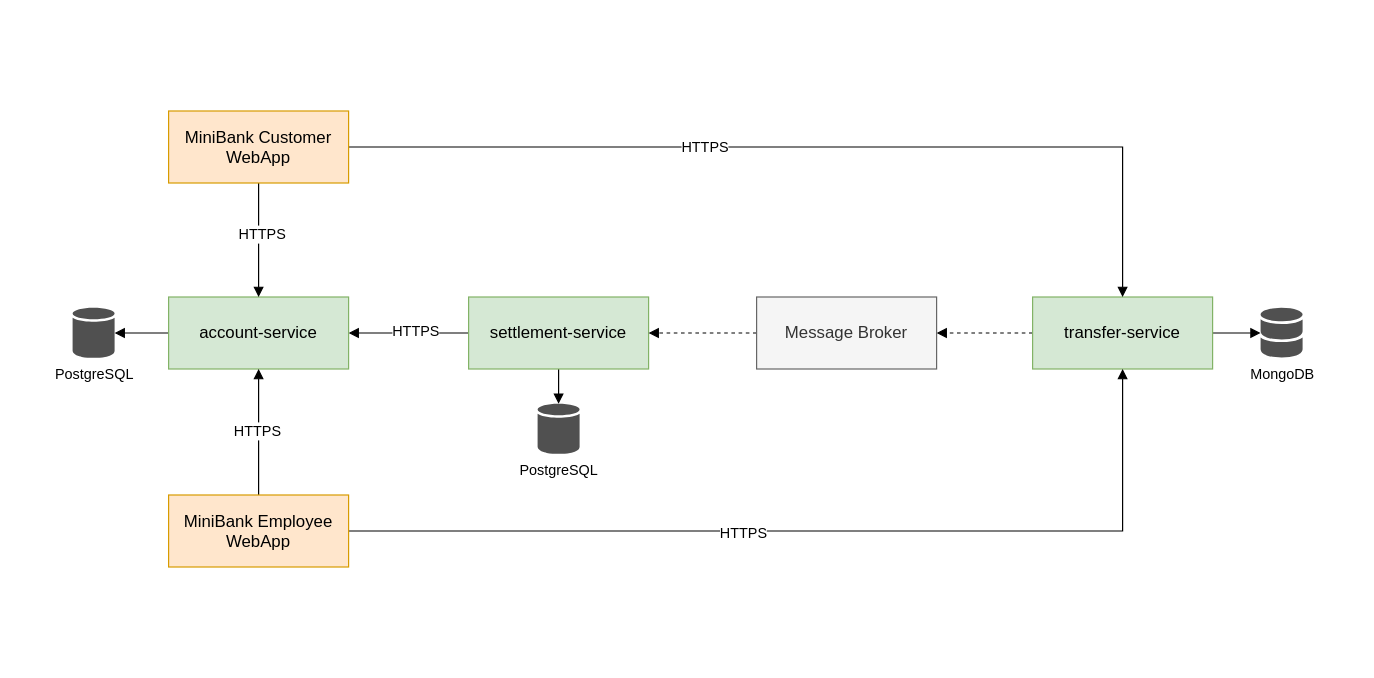
This is docs/Architecture Diagram.drawio from phillippimenta/minibank-microservices, a draw.io file, before an edit. Source tidied: cells renumbered, new cells numbered last; positions are measured from the earlier drawing's top-left corner, leaving out a move shared by most shapes. Both pictures are drawn from the tidied source at 120%, with x=0, y=0 at pixel (72, 110).
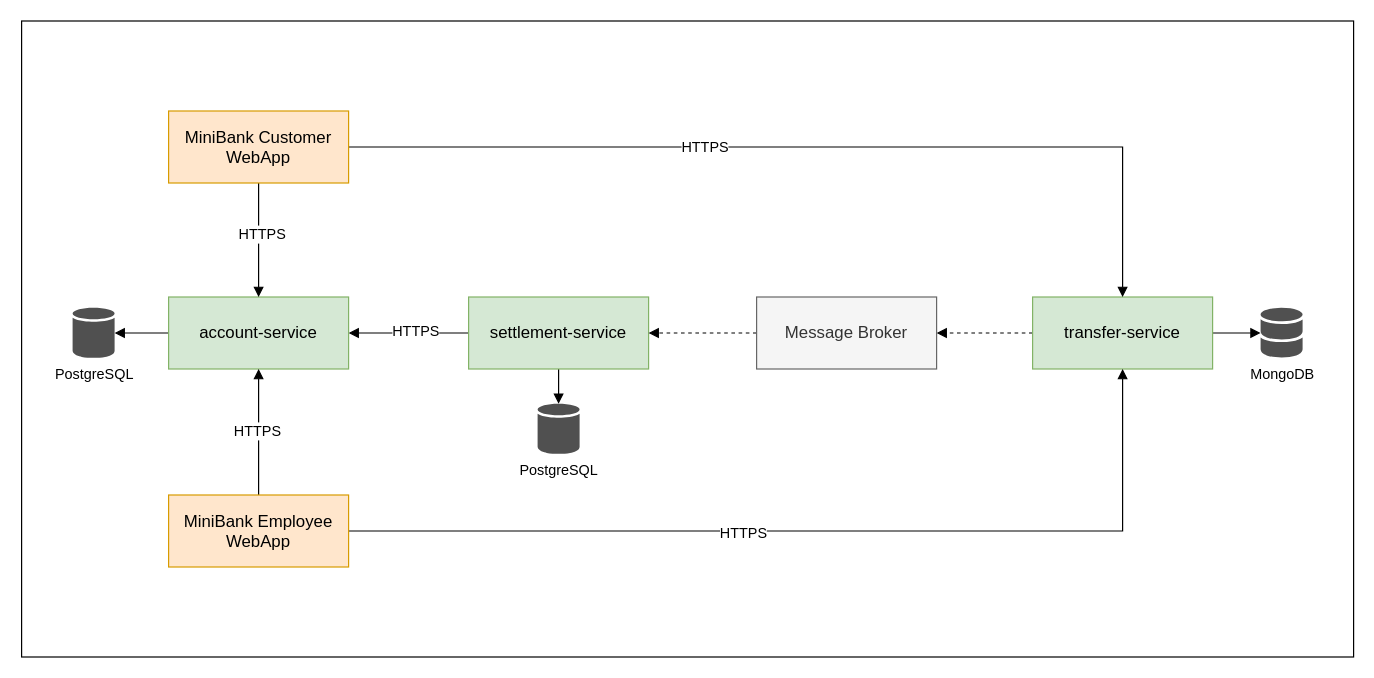
Above is the later version.

Commit message (it also covers changes not shown here):
Create SVG image of General Architecture Diagram and Update

What changed in the source:
```diff
@@
+    <mxCell id="26" style="rounded=0;whiteSpace=wrap;html=1;" parent="1" vertex="1">
+      <mxGeometry x="-42.5" y="-75" width="1110" height="530" as="geometry" />
+    </mxCell>
```
